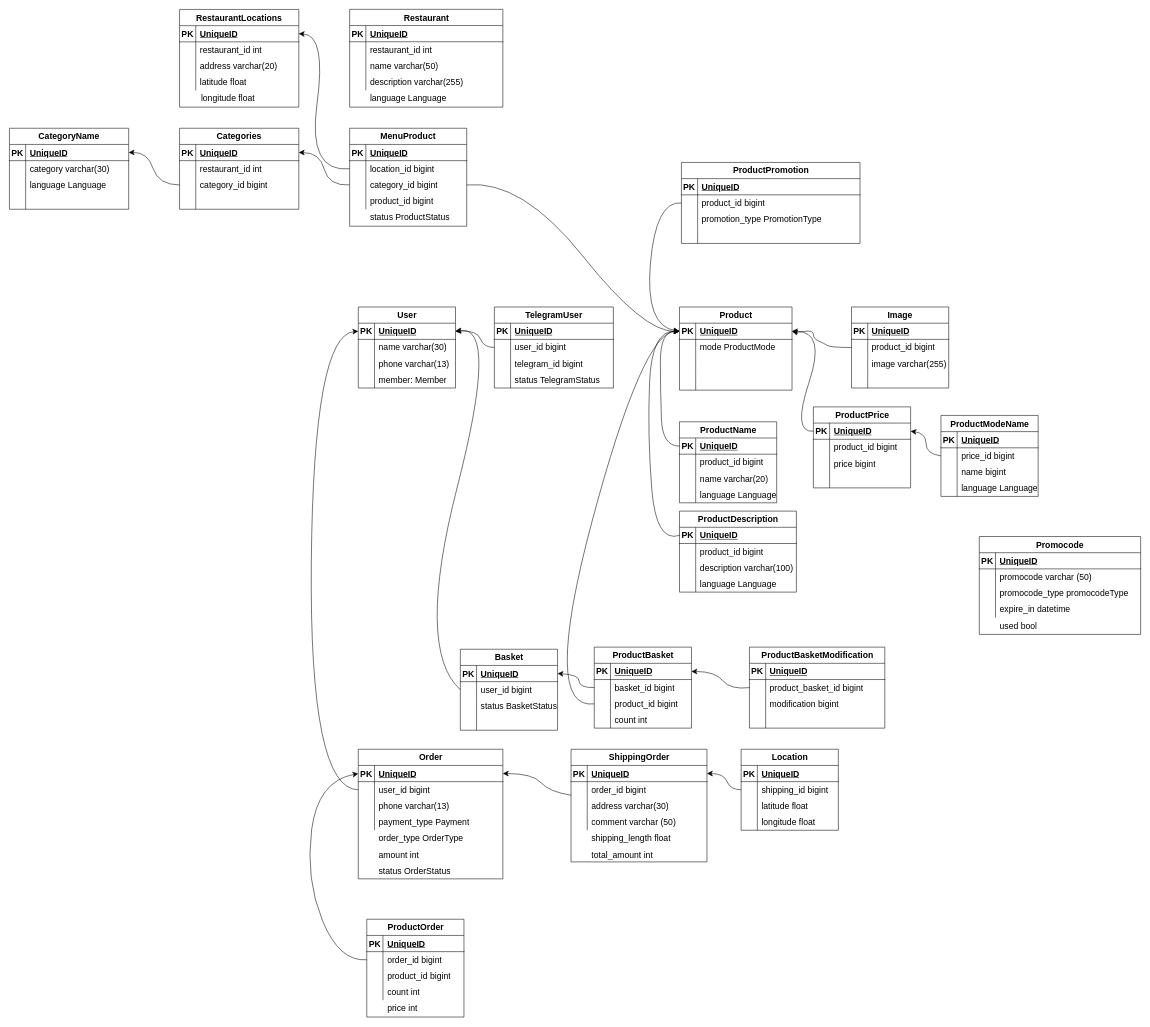
Earlier version of the draw.io diagram page "db scheme" (2 of 2) of restaurant.drawio (KmvRoman/Diagrams). Source tidied: cells renumbered, new cells numbered last; positions are measured from the earlier drawing's top-left corner, leaving out a move shared by most shapes. Both pictures are drawn from the tidied source at 54%, with x=0, y=0 at pixel (9, 9).
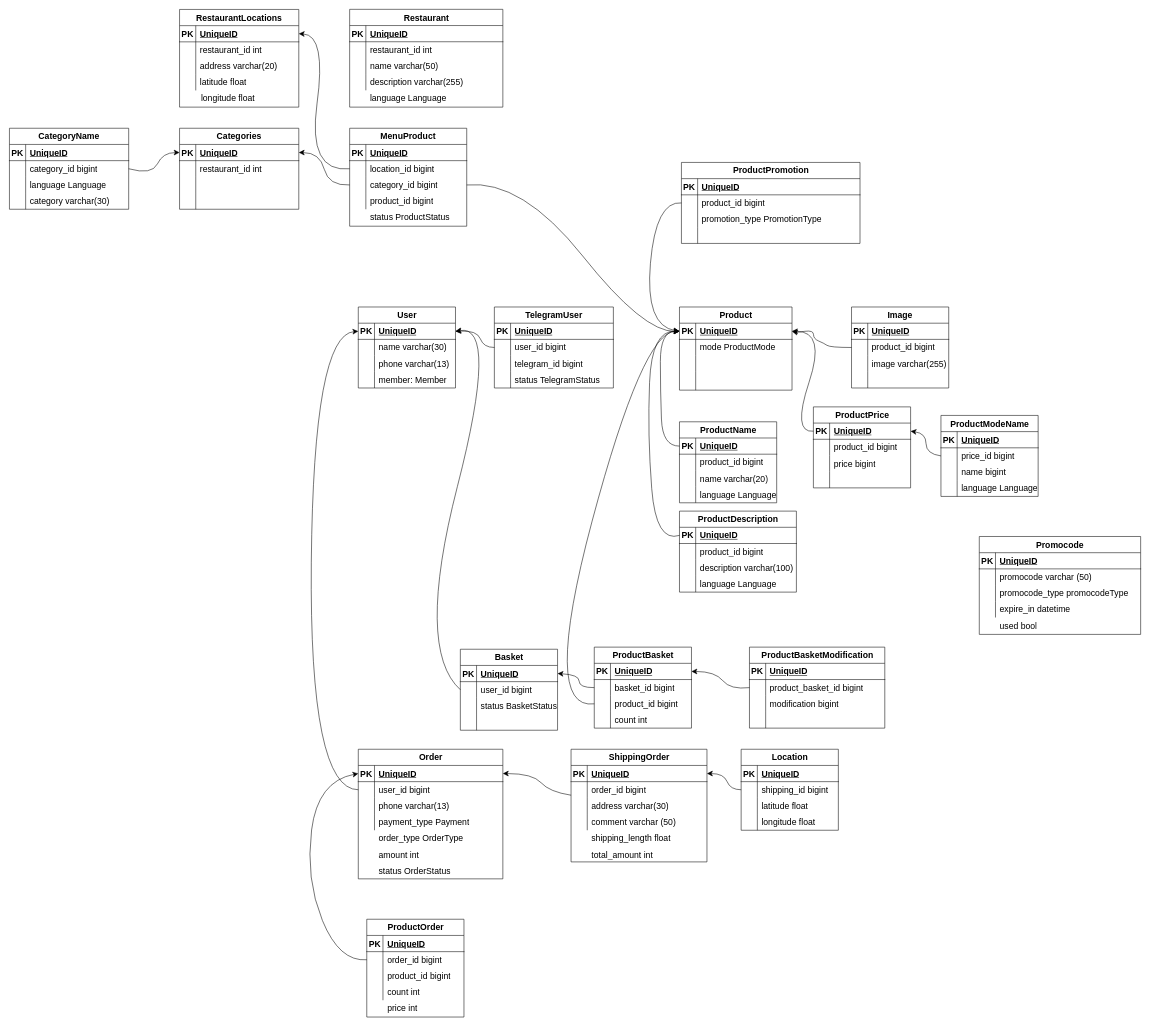
The same page after the edit.

The change refers to these unchanged cells:
```xml
<mxCell id="273" style="shape=tableRow;horizontal=0;startSize=0;swimlaneHead=0;swimlaneBody=0;fillColor=none;points=[[0,0.5],[1,0.5]];portConstraint=eastwest;top=0;left=0;right=0;bottom=1;fontSize=16;" parent="272" vertex="1">
  <mxGeometry y="30" width="220.8" height="30" as="geometry" />
</mxCell>
<mxCell id="279" style="shape=tableRow;horizontal=0;startSize=0;swimlaneHead=0;swimlaneBody=0;fillColor=none;points=[[0,0.5],[1,0.5]];portConstraint=eastwest;top=0;left=0;right=0;bottom=0;fontSize=16;" parent="272" vertex="1">
  <mxGeometry y="90" width="220.8" height="30" as="geometry" />
</mxCell>
<mxCell id="304" style="shape=tableRow;horizontal=0;startSize=0;swimlaneHead=0;swimlaneBody=0;fillColor=none;points=[[0,0.5],[1,0.5]];portConstraint=eastwest;top=0;left=0;right=0;bottom=1;fontSize=16;" parent="303" vertex="1">
  <mxGeometry y="30" width="220.8" height="30" as="geometry" />
</mxCell>
<mxCell id="307" style="shape=tableRow;horizontal=0;startSize=0;swimlaneHead=0;swimlaneBody=0;fillColor=none;points=[[0,0.5],[1,0.5]];portConstraint=eastwest;top=0;left=0;right=0;bottom=0;fontSize=16;" parent="303" vertex="1">
  <mxGeometry y="60" width="220.8" height="30" as="geometry" />
</mxCell>
```

What changed in the source:
```diff
@@
-    <mxCell id="281" value="category_id bigint" style="shape=partialRectangle;fillColor=none;top=0;left=0;bottom=0;right=0;align=left;spacingLeft=6;overflow=hidden;whiteSpace=wrap;html=1;fontSize=16;" parent="279" vertex="1">
+    <mxCell id="281" style="shape=partialRectangle;fillColor=none;top=0;left=0;bottom=0;right=0;align=left;spacingLeft=6;overflow=hidden;whiteSpace=wrap;html=1;fontSize=16;" parent="279" vertex="1">
       <mxGeometry x="30" width="190.8" height="30" as="geometry" />
     </mxCell>
@@
-    <mxCell id="309" value="category varchar(30)" style="shape=partialRectangle;fillColor=none;top=0;left=0;bottom=0;right=0;align=left;spacingLeft=6;overflow=hidden;whiteSpace=wrap;html=1;fontSize=16;" parent="307" vertex="1">
+    <mxCell id="309" value="category_id bigint" style="shape=partialRectangle;fillColor=none;top=0;left=0;bottom=0;right=0;align=left;spacingLeft=6;overflow=hidden;whiteSpace=wrap;html=1;fontSize=16;" parent="307" vertex="1">
       <mxGeometry x="30" width="190.8" height="30" as="geometry" />
     </mxCell>
@@
-    <mxCell id="316" style="edgeStyle=none;curved=1;rounded=0;jettySize=auto;html=1;entryX=1;entryY=0.5;entryDx=0;entryDy=0;fontSize=12;startSize=8;endSize=8;exitX=0;exitY=0.5;exitDx=0;exitDy=0;" parent="1" edge="1" source="279" target="304">
-      <mxGeometry relative="1" as="geometry">
-        <Array as="points">
-          <mxPoint x="276" y="325" />
-          <mxPoint x="256" y="264" />
-        </Array>
-      </mxGeometry>
-    </mxCell>
+    <mxCell id="317" value="category varchar(30)" style="shape=partialRectangle;fillColor=none;top=0;left=0;bottom=0;right=0;align=left;spacingLeft=6;overflow=hidden;whiteSpace=wrap;html=1;fontSize=16;" parent="1" vertex="1">
+      <mxGeometry x="30" y="340" width="190.8" height="30" as="geometry" />
+    </mxCell>
+    <mxCell id="318" style="edgeStyle=none;curved=1;rounded=0;jettySize=auto;html=1;entryX=0;entryY=0.5;entryDx=0;entryDy=0;fontSize=12;startSize=8;endSize=8;exitX=1;exitY=0.5;exitDx=0;exitDy=0;" parent="1" edge="1" source="307" target="273">
+      <mxGeometry relative="1" as="geometry">
+        <Array as="points">
+          <mxPoint x="264" y="307" />
+          <mxPoint x="284" y="265" />
+        </Array>
+      </mxGeometry>
+    </mxCell>
```
